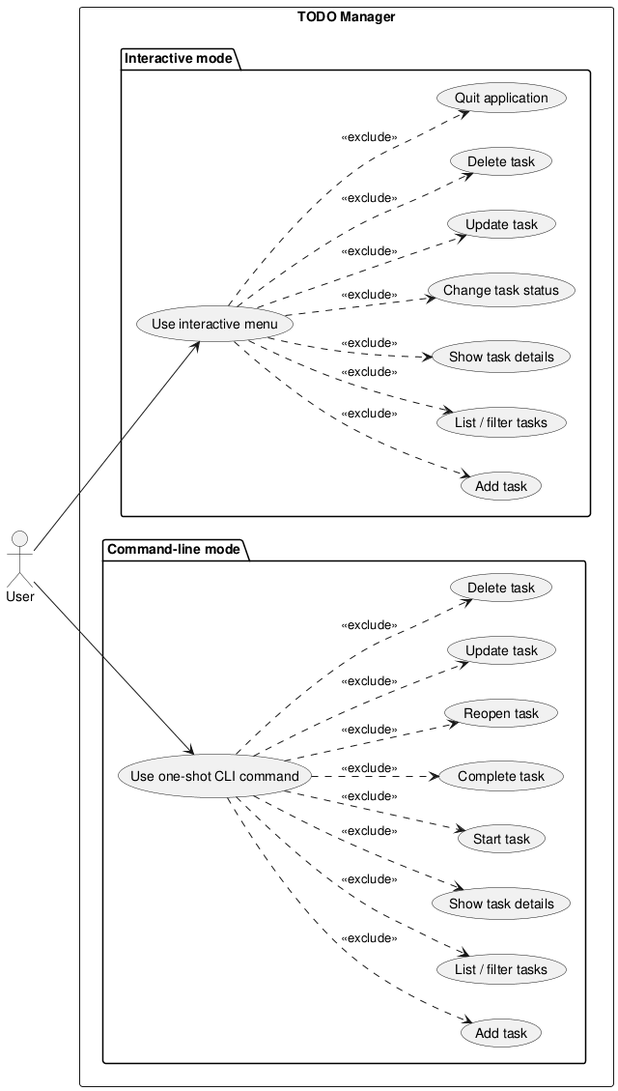
Earlier version of the PlantUML export experiments/supervisor_as_tools/user_stories/TODO/artifacts/use_case_diagram.png (DanielRiha8906/Software_autoevolution_using_agents). Source of this version:
```plantuml
@startuml use_case_diagram

left to right direction

actor User

rectangle "TODO Manager" {

  package "Interactive mode" {
    usecase "Use interactive menu" as UI
    usecase "Add task" as I_ADD
    usecase "List / filter tasks" as I_LIST
    usecase "Show task details" as I_SHOW
    usecase "Change task status" as I_STATUS
    usecase "Update task" as I_UPDATE
    usecase "Delete task" as I_DELETE
    usecase "Quit application" as I_QUIT
  }

  package "Command-line mode" {
    usecase "Use one-shot CLI command" as CLI
    usecase "Add task" as C_ADD
    usecase "List / filter tasks" as C_LIST
    usecase "Show task details" as C_SHOW
    usecase "Start task" as C_START
    usecase "Complete task" as C_DONE
    usecase "Reopen task" as C_REOPEN
    usecase "Update task" as C_UPDATE
    usecase "Delete task" as C_DELETE
  }
}

User --> UI
User --> CLI

UI ..> I_ADD    : <<exclude>>
UI ..> I_LIST   : <<exclude>>
UI ..> I_SHOW   : <<exclude>>
UI ..> I_STATUS : <<exclude>>
UI ..> I_UPDATE : <<exclude>>
UI ..> I_DELETE : <<exclude>>
UI ..> I_QUIT   : <<exclude>>

CLI ..> C_ADD    : <<exclude>>
CLI ..> C_LIST   : <<exclude>>
CLI ..> C_SHOW   : <<exclude>>
CLI ..> C_START  : <<exclude>>
CLI ..> C_DONE   : <<exclude>>
CLI ..> C_REOPEN : <<exclude>>
CLI ..> C_UPDATE : <<exclude>>
CLI ..> C_DELETE : <<exclude>>

@enduml
```
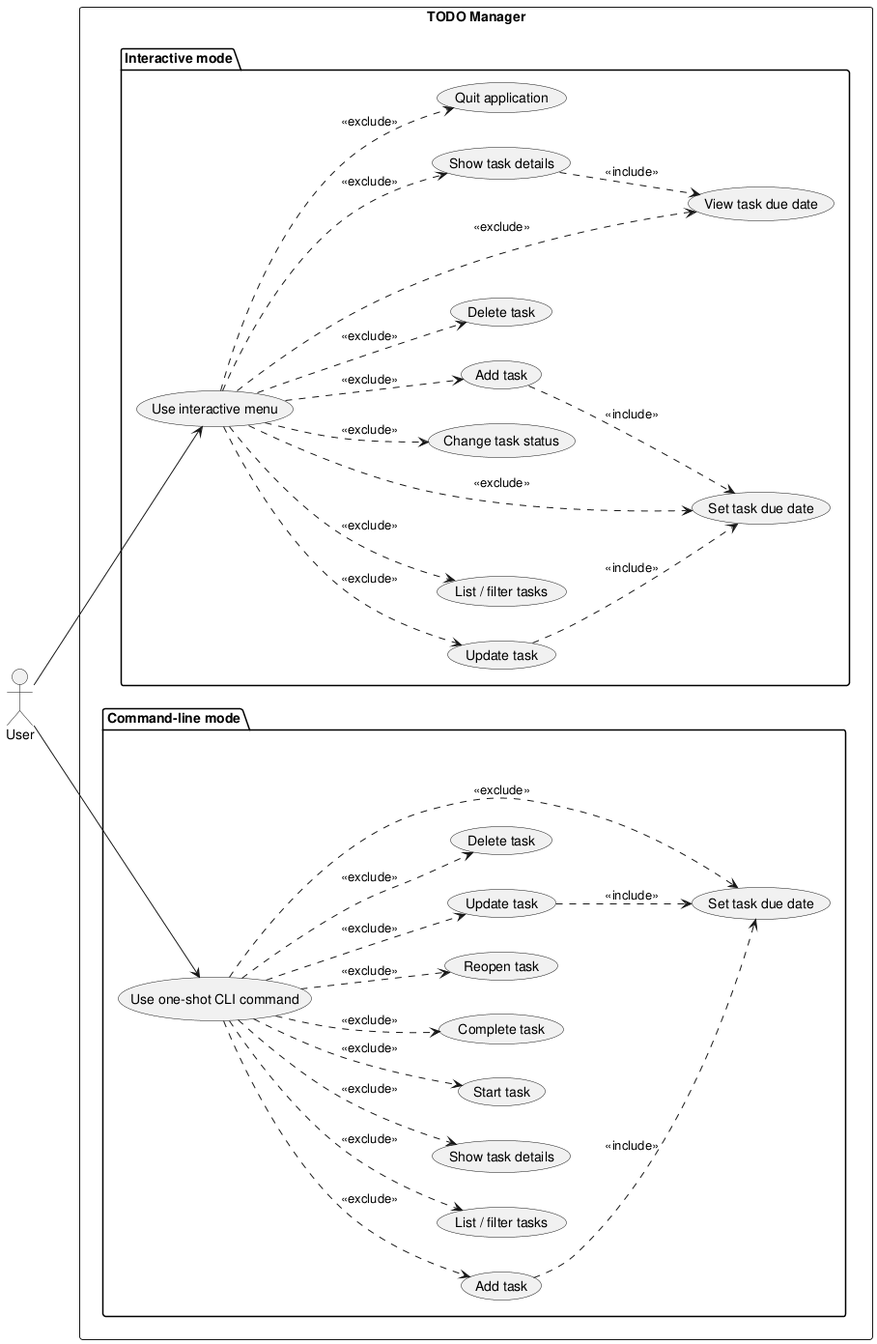
The same diagram one commit later.

The edit, as a diff of the source:
```diff
@@ -14,6 +14,8 @@
     usecase "Change task status" as I_STATUS
     usecase "Update task" as I_UPDATE
     usecase "Delete task" as I_DELETE
+    usecase "Set task due date" as I_DUEDATE
+    usecase "View task due date" as I_VIEWDUE
     usecase "Quit application" as I_QUIT
   }
 
@@ -27,6 +29,7 @@
     usecase "Reopen task" as C_REOPEN
     usecase "Update task" as C_UPDATE
     usecase "Delete task" as C_DELETE
+    usecase "Set task due date" as C_DUEDATE
   }
 }
 
@@ -39,7 +42,13 @@
 UI ..> I_STATUS : <<exclude>>
 UI ..> I_UPDATE : <<exclude>>
 UI ..> I_DELETE : <<exclude>>
+UI ..> I_DUEDATE : <<exclude>>
+UI ..> I_VIEWDUE : <<exclude>>
 UI ..> I_QUIT   : <<exclude>>
+
+I_ADD ..> I_DUEDATE : <<include>>
+I_UPDATE ..> I_DUEDATE : <<include>>
+I_SHOW ..> I_VIEWDUE : <<include>>
 
 CLI ..> C_ADD    : <<exclude>>
 CLI ..> C_LIST   : <<exclude>>
@@ -49,5 +58,9 @@
 CLI ..> C_REOPEN : <<exclude>>
 CLI ..> C_UPDATE : <<exclude>>
 CLI ..> C_DELETE : <<exclude>>
+CLI ..> C_DUEDATE : <<exclude>>
+
+C_ADD ..> C_DUEDATE : <<include>>
+C_UPDATE ..> C_DUEDATE : <<include>>
 
 @enduml
```
